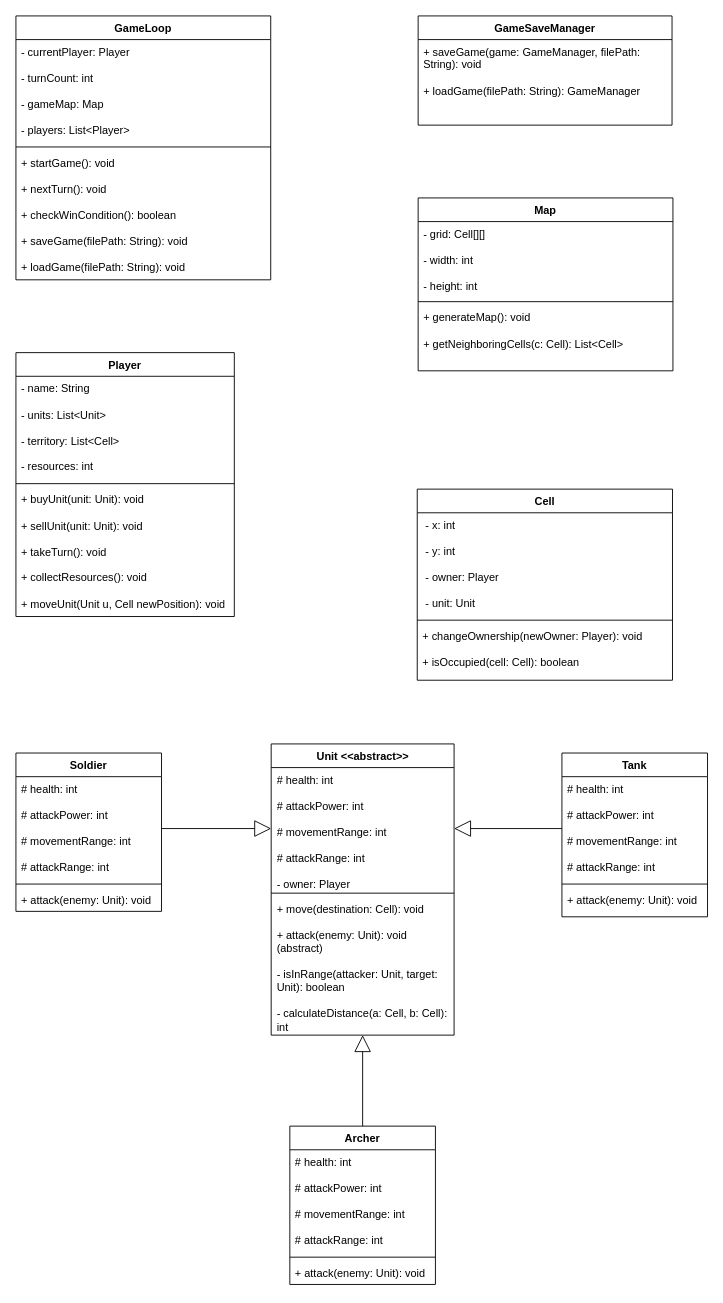
The draw.io diagram Strategy Game.drawio in Tigran69/Project, before the edit. Source tidied: cells renumbered, new cells numbered last; positions are measured from the earlier drawing's top-left corner, leaving out a move shared by most shapes. Both pictures are drawn from the tidied source at 91%, with x=0, y=0 at pixel (15, 15).
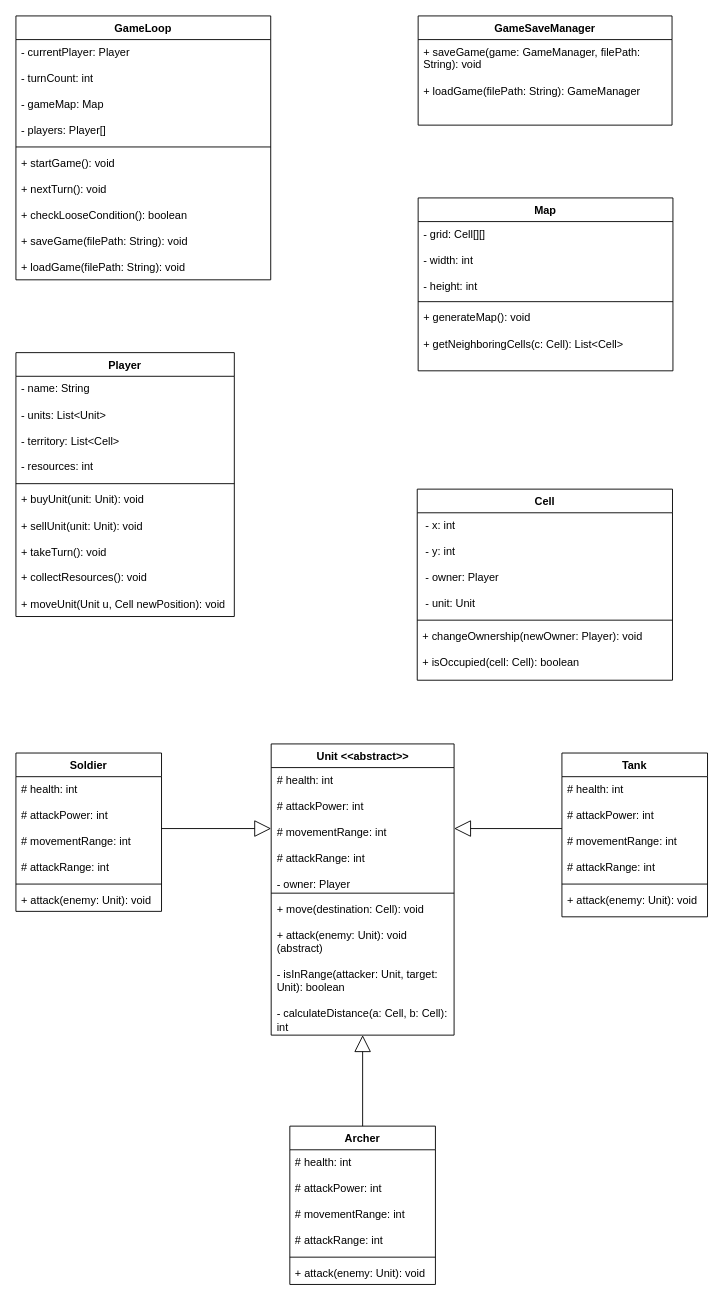
After the change.

Unchanged cells that the change refers to:
```xml
<mxCell id="35" value="GameLoop" style="swimlane;fontStyle=1;align=center;verticalAlign=top;horizontal=1;startSize=26;whiteSpace=wrap;html=1;" parent="1" vertex="1">
  <mxGeometry width="280" height="290" as="geometry" />
</mxCell>
```

The edit, as a diff of the source:
```diff
@@
-    <mxCell id="36" value="&lt;div&gt;- currentPlayer: Player&amp;nbsp; &lt;br&gt;&lt;/div&gt;&lt;div&gt;&amp;nbsp;&lt;/div&gt;&lt;div&gt;- turnCount: int&lt;/div&gt;&lt;div&gt;&amp;nbsp;&amp;nbsp;&amp;nbsp;&amp;nbsp;&amp;nbsp;&amp;nbsp;&amp;nbsp;&amp;nbsp; &lt;br&gt;&lt;/div&gt;&lt;div&gt;- gameMap: Map&amp;nbsp;&amp;nbsp;&amp;nbsp;&amp;nbsp;&amp;nbsp;&amp;nbsp;&amp;nbsp;&amp;nbsp;&lt;/div&gt;&lt;div&gt;&amp;nbsp;&lt;/div&gt;&lt;div&gt; - players: List&amp;lt;Player&amp;gt;&amp;nbsp; &lt;br&gt;&lt;/div&gt;" style="text;strokeColor=none;fillColor=none;align=left;verticalAlign=top;spacingLeft=4;spacingRight=4;overflow=hidden;whiteSpace=wrap;html=1;" parent="35" vertex="1">
+    <mxCell id="36" value="&lt;div&gt;- currentPlayer: Player&amp;nbsp; &lt;br&gt;&lt;/div&gt;&lt;div&gt;&amp;nbsp;&lt;/div&gt;&lt;div&gt;- turnCount: int&lt;/div&gt;&lt;div&gt;&amp;nbsp;&amp;nbsp;&amp;nbsp;&amp;nbsp;&amp;nbsp;&amp;nbsp;&amp;nbsp;&amp;nbsp; &lt;br&gt;&lt;/div&gt;&lt;div&gt;- gameMap: Map&amp;nbsp;&amp;nbsp;&amp;nbsp;&amp;nbsp;&amp;nbsp;&amp;nbsp;&amp;nbsp;&amp;nbsp;&lt;/div&gt;&lt;div&gt;&amp;nbsp;&lt;/div&gt;&lt;div&gt; - players: Player[]&amp;nbsp; &lt;br&gt;&lt;/div&gt;" style="text;strokeColor=none;fillColor=none;align=left;verticalAlign=top;spacingLeft=4;spacingRight=4;overflow=hidden;whiteSpace=wrap;html=1;" parent="35" vertex="1">
       <mxGeometry y="26" width="280" height="114" as="geometry" />
     </mxCell>
@@
-    <mxCell id="38" value="&lt;div&gt;+ startGame(): void&amp;nbsp;&amp;nbsp;&amp;nbsp;&amp;nbsp;&amp;nbsp;&amp;nbsp; &lt;br&gt;&lt;/div&gt;&lt;div&gt;&lt;br&gt;&lt;/div&gt;&lt;div&gt;+ nextTurn(): void&amp;nbsp;&amp;nbsp;&amp;nbsp;&amp;nbsp;&amp;nbsp;&amp;nbsp;&amp;nbsp; &lt;/div&gt;&lt;br&gt;&lt;div&gt;+ checkWinCondition(): boolean&amp;nbsp; &lt;/div&gt;&lt;br&gt;&lt;div&gt;+ saveGame(filePath: String): void &lt;/div&gt;&lt;br&gt;+ loadGame(filePath: String): void " style="text;strokeColor=none;fillColor=none;align=left;verticalAlign=top;spacingLeft=4;spacingRight=4;overflow=hidden;whiteSpace=wrap;html=1;" parent="35" vertex="1">
+    <mxCell id="38" value="&lt;div&gt;+ startGame(): void&amp;nbsp;&amp;nbsp;&amp;nbsp;&amp;nbsp;&amp;nbsp;&amp;nbsp; &lt;br&gt;&lt;/div&gt;&lt;div&gt;&lt;br&gt;&lt;/div&gt;&lt;div&gt;+ nextTurn(): void&amp;nbsp;&amp;nbsp;&amp;nbsp;&amp;nbsp;&amp;nbsp;&amp;nbsp;&amp;nbsp; &lt;/div&gt;&lt;br&gt;&lt;div&gt;+ checkLooseCondition(): boolean&amp;nbsp; &lt;/div&gt;&lt;br&gt;&lt;div&gt;+ saveGame(filePath: String): void &lt;/div&gt;&lt;br&gt;+ loadGame(filePath: String): void " style="text;strokeColor=none;fillColor=none;align=left;verticalAlign=top;spacingLeft=4;spacingRight=4;overflow=hidden;whiteSpace=wrap;html=1;" parent="35" vertex="1">
       <mxGeometry y="148" width="280" height="142" as="geometry" />
     </mxCell>
```
